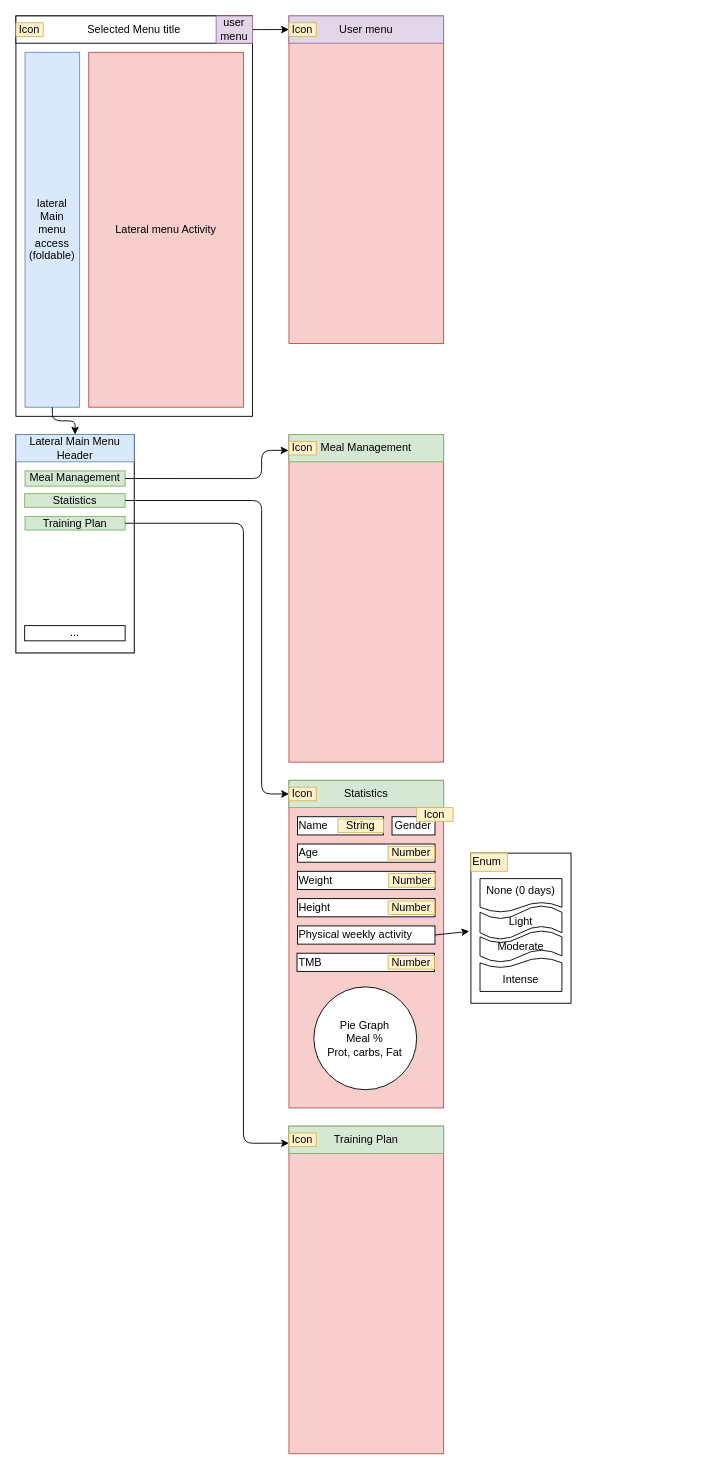
This is appDiagram.drawio from LMDElectronics/MyFitApp, a draw.io file, before an edit. Source tidied: cells renumbered, new cells numbered last; positions are measured from the earlier drawing's top-left corner, leaving out a move shared by most shapes. Both pictures are drawn from the tidied source at 91%, with x=0, y=0 at pixel (15, 15).
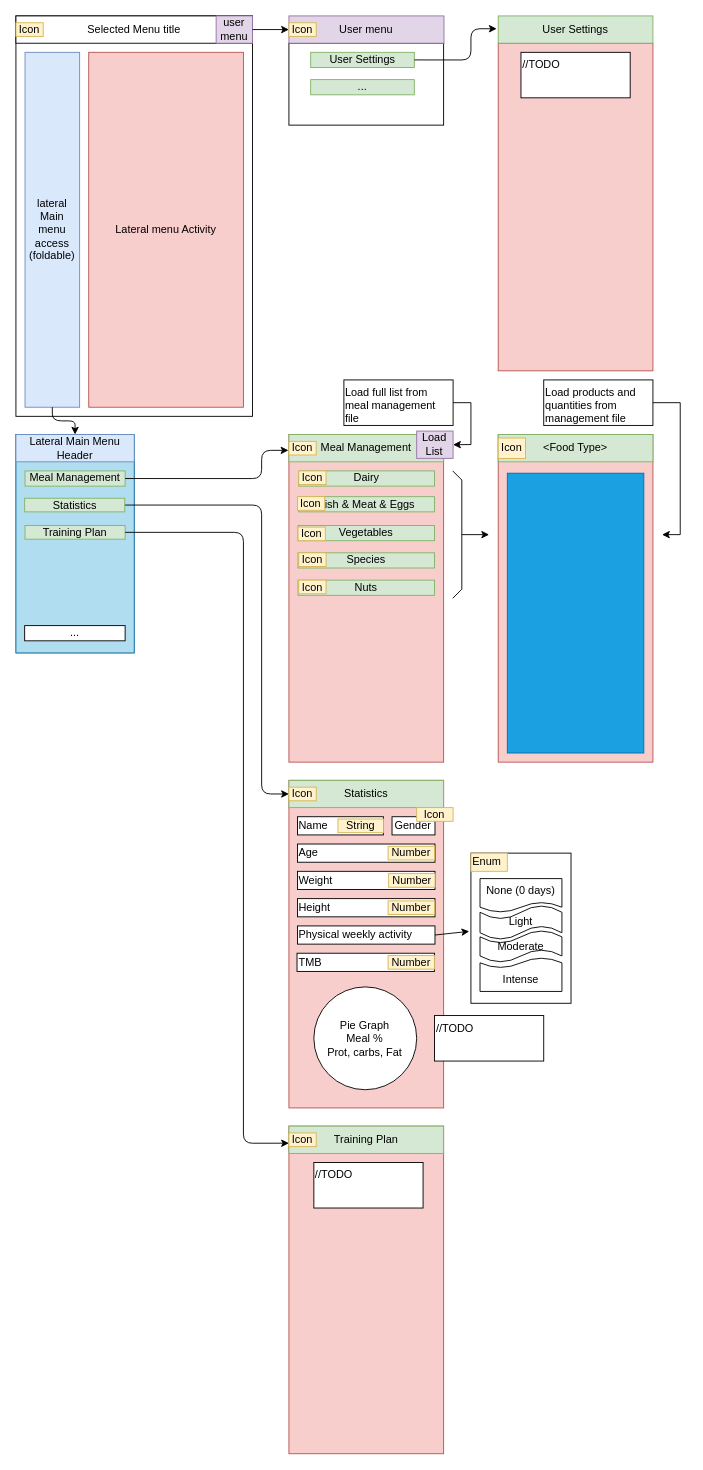
The same page after the edit.

The change refers to these unchanged cells:
```xml
<mxCell id="8" value="Statistics" style="rounded=0;whiteSpace=wrap;html=1;fillColor=#d5e8d4;strokeColor=#82b366;" parent="1" vertex="1">
  <mxGeometry x="300" y="840" width="170" height="30" as="geometry" />
</mxCell>
<mxCell id="45" value="user&lt;br&gt;menu" style="rounded=0;whiteSpace=wrap;html=1;align=center;fillColor=#e1d5e7;strokeColor=#9673a6;" parent="1" vertex="1">
  <mxGeometry x="220" width="40" height="30" as="geometry" />
</mxCell>
<mxCell id="52" value="Icon" style="rounded=0;whiteSpace=wrap;html=1;fillColor=#fff2cc;strokeColor=#d6b656;" parent="1" vertex="1">
  <mxGeometry x="300" y="1227.5" width="30" height="15" as="geometry" />
</mxCell>
```

The edit, as a diff of the source:
```diff
@@
-    <mxCell id="25" style="rounded=0;whiteSpace=wrap;html=1;" parent="1" vertex="1">
+    <mxCell id="25" style="rounded=0;whiteSpace=wrap;html=1;fillColor=#b1ddf0;strokeColor=#10739e;" parent="1" vertex="1">
       <mxGeometry y="460" width="130" height="240" as="geometry" />
     </mxCell>
@@
-    <mxCell id="27" value="Statistics" style="rounded=0;whiteSpace=wrap;html=1;fillColor=#d5e8d4;strokeColor=#82b366;" parent="1" vertex="1">
-      <mxGeometry x="9.6" y="525" width="110.4" height="15" as="geometry" />
-    </mxCell>
@@
     <mxCell id="30" value="Training Plan" style="rounded=0;whiteSpace=wrap;html=1;align=center;fillColor=#d5e8d4;strokeColor=#82b366;" parent="1" vertex="1">
-      <mxGeometry x="10" y="550" width="110" height="15" as="geometry" />
+      <mxGeometry x="10" y="560" width="110" height="15" as="geometry" />
     </mxCell>
@@
     <mxCell id="41" style="endArrow=classic;html=1;strokeColor=#000000;edgeStyle=orthogonalEdgeStyle;entryX=0;entryY=0.5;entryDx=0;entryDy=0;exitX=1;exitY=0.5;exitDx=0;exitDy=0;" parent="1" edge="1" source="27" target="8">
       <mxGeometry relative="1" as="geometry">
         <Array as="points">
-          <mxPoint x="270" y="533" />
+          <mxPoint x="270" y="538" />
           <mxPoint x="270" y="855" />
         </Array>
       </mxGeometry>
     </mxCell>
@@
+    <mxCell id="46" style="rounded=0;whiteSpace=wrap;html=1;" parent="1" vertex="1">
+      <mxGeometry x="300" y="30" width="170" height="90" as="geometry" />
+    </mxCell>
@@
-    <mxCell id="46" style="rounded=0;whiteSpace=wrap;html=1;fillColor=#f8cecc;strokeColor=#b85450;" parent="1" vertex="1">
-      <mxGeometry x="300" width="170" height="360" as="geometry" />
-    </mxCell>
     <mxCell id="47" value="User menu" style="rounded=0;whiteSpace=wrap;html=1;fillColor=#e1d5e7;strokeColor=#9673a6;" parent="1" vertex="1">
-      <mxGeometry x="300" width="170" height="30" as="geometry" />
+      <mxGeometry x="300" width="170.4" height="30" as="geometry" />
     </mxCell>
@@
-    <mxCell id="49" style="endArrow=classic;html=1;strokeColor=#000000;edgeStyle=orthogonalEdgeStyle;exitX=1;exitY=0.5;exitDx=0;exitDy=0;" parent="1" edge="1" source="45">
-      <mxGeometry relative="1" as="geometry">
-        <mxPoint x="300" y="15" as="targetPoint" />
-      </mxGeometry>
+    <mxCell id="49" style="endArrow=classic;html=1;strokeColor=#000000;edgeStyle=orthogonalEdgeStyle;exitX=1;exitY=0.5;exitDx=0;exitDy=0;entryX=0;entryY=0.5;entryDx=0;entryDy=0;" parent="1" edge="1" source="45" target="47">
+      <mxGeometry relative="1" as="geometry" />
     </mxCell>
@@
     <mxCell id="53" style="endArrow=classic;html=1;strokeColor=#000000;edgeStyle=orthogonalEdgeStyle;exitX=1;exitY=0.5;exitDx=0;exitDy=0;entryX=0;entryY=0.75;entryDx=0;entryDy=0;" parent="1" edge="1" source="30" target="52">
       <mxGeometry relative="1" as="geometry">
         <Array as="points">
-          <mxPoint x="250" y="558" />
+          <mxPoint x="250" y="568" />
           <mxPoint x="250" y="1239" />
         </Array>
       </mxGeometry>
     </mxCell>
+    <mxCell id="54" value="User Settings" style="rounded=0;whiteSpace=wrap;html=1;fillColor=#d5e8d4;strokeColor=#82b366;" parent="1" vertex="1">
+      <mxGeometry x="323.9" y="40" width="113.9" height="16.7" as="geometry" />
+    </mxCell>
+    <mxCell id="27" value="Statistics" style="rounded=0;whiteSpace=wrap;html=1;align=center;fillColor=#d5e8d4;strokeColor=#82b366;" parent="1" vertex="1">
+      <mxGeometry x="9.6" y="530" width="110" height="15" as="geometry" />
+    </mxCell>
+    <mxCell id="55" value="..." style="rounded=0;whiteSpace=wrap;html=1;fillColor=#d5e8d4;strokeColor=#82b366;" parent="1" vertex="1">
+      <mxGeometry x="323.9" y="70" width="113.9" height="16.7" as="geometry" />
+    </mxCell>
+    <mxCell id="56" style="rounded=0;whiteSpace=wrap;html=1;fillColor=#f8cecc;strokeColor=#b85450;" parent="1" vertex="1">
+      <mxGeometry x="530" y="30" width="170" height="360" as="geometry" />
+    </mxCell>
+    <mxCell id="57" value="User Settings" style="rounded=0;whiteSpace=wrap;html=1;fillColor=#d5e8d4;strokeColor=#82b366;" parent="1" vertex="1">
+      <mxGeometry x="530" width="170" height="30" as="geometry" />
+    </mxCell>
+    <mxCell id="58" style="endArrow=classic;html=1;strokeColor=#000000;edgeStyle=orthogonalEdgeStyle;entryX=-0.01;entryY=0.469;entryDx=0;entryDy=0;entryPerimeter=0;exitX=1;exitY=0.5;exitDx=0;exitDy=0;" parent="1" edge="1" source="54" target="57">
+      <mxGeometry relative="1" as="geometry">
+        <Array as="points">
+          <mxPoint x="500" y="48" />
+          <mxPoint x="500" y="14" />
+        </Array>
+      </mxGeometry>
+    </mxCell>
+    <mxCell id="59" value="Dairy" style="rounded=0;whiteSpace=wrap;html=1;fillColor=#d5e8d4;strokeColor=#82b366;" parent="1" vertex="1">
+      <mxGeometry x="310.8" y="500" width="149.2" height="16.7" as="geometry" />
+    </mxCell>
+    <mxCell id="60" value="Fish &amp;amp; Meat &amp;amp; Eggs" style="rounded=0;whiteSpace=wrap;html=1;fillColor=#d5e8d4;strokeColor=#82b366;" parent="1" vertex="1">
+      <mxGeometry x="310.8" y="528.3" width="149.2" height="16.7" as="geometry" />
+    </mxCell>
+    <mxCell id="61" value="Vegetables" style="rounded=0;whiteSpace=wrap;html=1;fillColor=#d5e8d4;strokeColor=#82b366;" parent="1" vertex="1">
+      <mxGeometry x="310" y="560" width="150" height="16.7" as="geometry" />
+    </mxCell>
+    <mxCell id="62" value="Species" style="rounded=0;whiteSpace=wrap;html=1;fillColor=#d5e8d4;strokeColor=#82b366;" parent="1" vertex="1">
+      <mxGeometry x="310" y="590" width="150" height="16.7" as="geometry" />
+    </mxCell>
+    <mxCell id="63" value="Nuts" style="rounded=0;whiteSpace=wrap;html=1;fillColor=#d5e8d4;strokeColor=#82b366;" parent="1" vertex="1">
+      <mxGeometry x="310" y="620" width="150" height="16.7" as="geometry" />
+    </mxCell>
+    <mxCell id="64" value="Icon" style="rounded=0;whiteSpace=wrap;html=1;fillColor=#fff2cc;strokeColor=#d6b656;" parent="1" vertex="1">
+      <mxGeometry x="310.8" y="500" width="30" height="15" as="geometry" />
+    </mxCell>
+    <mxCell id="65" value="Icon" style="rounded=0;whiteSpace=wrap;html=1;fillColor=#fff2cc;strokeColor=#d6b656;" parent="1" vertex="1">
+      <mxGeometry x="309.4" y="528.3" width="30" height="15" as="geometry" />
+    </mxCell>
+    <mxCell id="66" value="Icon" style="rounded=0;whiteSpace=wrap;html=1;fillColor=#fff2cc;strokeColor=#d6b656;" parent="1" vertex="1">
+      <mxGeometry x="310" y="561.7" width="30" height="15" as="geometry" />
+    </mxCell>
+    <mxCell id="67" value="Icon" style="rounded=0;whiteSpace=wrap;html=1;fillColor=#fff2cc;strokeColor=#d6b656;" parent="1" vertex="1">
+      <mxGeometry x="310.8" y="590" width="30" height="15" as="geometry" />
+    </mxCell>
+    <mxCell id="68" value="Icon" style="rounded=0;whiteSpace=wrap;html=1;fillColor=#fff2cc;strokeColor=#d6b656;" parent="1" vertex="1">
+      <mxGeometry x="310.8" y="620" width="30" height="15" as="geometry" />
+    </mxCell>
+    <mxCell id="69" style="endArrow=none;html=1;rounded=0;" parent="1" edge="1">
+      <mxGeometry relative="1" as="geometry">
+        <mxPoint x="480" y="640" as="sourcePoint" />
+        <mxPoint x="480" y="500" as="targetPoint" />
+        <Array as="points">
+          <mxPoint x="490" y="630" />
+          <mxPoint x="490" y="510" />
+        </Array>
+      </mxGeometry>
+    </mxCell>
+    <mxCell id="70" style="endArrow=classic;html=1;rounded=0;" parent="1" edge="1">
+      <mxGeometry relative="1" as="geometry">
+        <mxPoint x="490" y="570" as="sourcePoint" />
+        <mxPoint x="520" y="570" as="targetPoint" />
+      </mxGeometry>
+    </mxCell>
+    <mxCell id="71" style="rounded=0;whiteSpace=wrap;html=1;fillColor=#f8cecc;strokeColor=#b85450;" parent="1" vertex="1">
+      <mxGeometry x="530" y="460" width="170" height="360" as="geometry" />
+    </mxCell>
+    <mxCell id="72" value="&amp;lt;Food Type&amp;gt;" style="rounded=0;whiteSpace=wrap;html=1;fillColor=#d5e8d4;strokeColor=#82b366;" parent="1" vertex="1">
+      <mxGeometry x="530" y="460" width="170" height="30" as="geometry" />
+    </mxCell>
+    <mxCell id="73" value="Icon" style="rounded=0;whiteSpace=wrap;html=1;fillColor=#fff2cc;strokeColor=#d6b656;" parent="1" vertex="1">
+      <mxGeometry x="530" y="463.8" width="30" height="22.5" as="geometry" />
+    </mxCell>
+    <mxCell id="74" value="Load&lt;br&gt;List" style="rounded=0;whiteSpace=wrap;html=1;align=center;fillColor=#e1d5e7;strokeColor=#9673a6;" parent="1" vertex="1">
+      <mxGeometry x="440.4" y="456.2" width="40" height="30" as="geometry" />
+    </mxCell>
+    <mxCell id="75" style="rounded=0;whiteSpace=wrap;html=1;fillColor=#1ba1e2;strokeColor=#006EAF;fontColor=#ffffff;align=left;verticalAlign=top;" parent="1" vertex="1">
+      <mxGeometry x="540" y="502.5" width="150" height="307.5" as="geometry" />
+    </mxCell>
+    <mxCell id="76" value="Load products and quantities from management file" style="rounded=0;whiteSpace=wrap;html=1;align=left;verticalAlign=top;" parent="1" vertex="1">
+      <mxGeometry x="580" y="400" width="120" height="50" as="geometry" />
+    </mxCell>
+    <mxCell id="77" style="endArrow=classic;html=1;rounded=0;exitX=1;exitY=0.5;exitDx=0;exitDy=0;" parent="1" edge="1" source="76">
+      <mxGeometry relative="1" as="geometry">
+        <mxPoint x="710" y="570" as="targetPoint" />
+        <Array as="points">
+          <mxPoint x="730" y="425" />
+          <mxPoint x="730" y="570" />
+        </Array>
+      </mxGeometry>
+    </mxCell>
+    <mxCell id="78" value="Load full list from meal management file" style="rounded=0;whiteSpace=wrap;html=1;align=left;verticalAlign=top;" parent="1" vertex="1">
+      <mxGeometry x="360.4" y="400" width="120" height="50" as="geometry" />
+    </mxCell>
+    <mxCell id="79" style="endArrow=classic;html=1;rounded=0;exitX=1;exitY=0.5;exitDx=0;exitDy=0;entryX=1;entryY=0.5;entryDx=0;entryDy=0;" parent="1" edge="1" source="78" target="74">
+      <mxGeometry relative="1" as="geometry">
+        <Array as="points">
+          <mxPoint x="500" y="425" />
+          <mxPoint x="500" y="471" />
+        </Array>
+      </mxGeometry>
+    </mxCell>
+    <mxCell id="80" value="//TODO" style="rounded=0;whiteSpace=wrap;html=1;align=left;verticalAlign=top;" parent="1" vertex="1">
+      <mxGeometry x="555" y="40" width="120" height="50" as="geometry" />
+    </mxCell>
+    <mxCell id="81" value="//TODO" style="rounded=0;whiteSpace=wrap;html=1;align=left;verticalAlign=top;" parent="1" vertex="1">
+      <mxGeometry x="460" y="1098.5" width="120" height="50" as="geometry" />
+    </mxCell>
+    <mxCell id="82" value="//TODO" style="rounded=0;whiteSpace=wrap;html=1;align=left;verticalAlign=top;" parent="1" vertex="1">
+      <mxGeometry x="327.4" y="1260" width="120" height="50" as="geometry" />
+    </mxCell>
```
